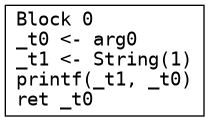
This is get_int.png from seanchuck/compiler-s25, a Graphviz export, as it was before one commit. Its source is kept beside it as get_int.dot.
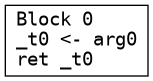
The same diagram one commit later.

The edit, as a diff of the source:
```diff
@@ -1,4 +1,4 @@
 digraph CFG {
   node [shape=box fontname="monospace"];
-  0 [label="Block 0\l_t0 <- arg0\l_t1 <- String(1)\lprintf(_t1, _t0)\lret _t0\l"];
+  0 [label="Block 0\l_t0 <- arg0\lret _t0\l"];
 }
```
